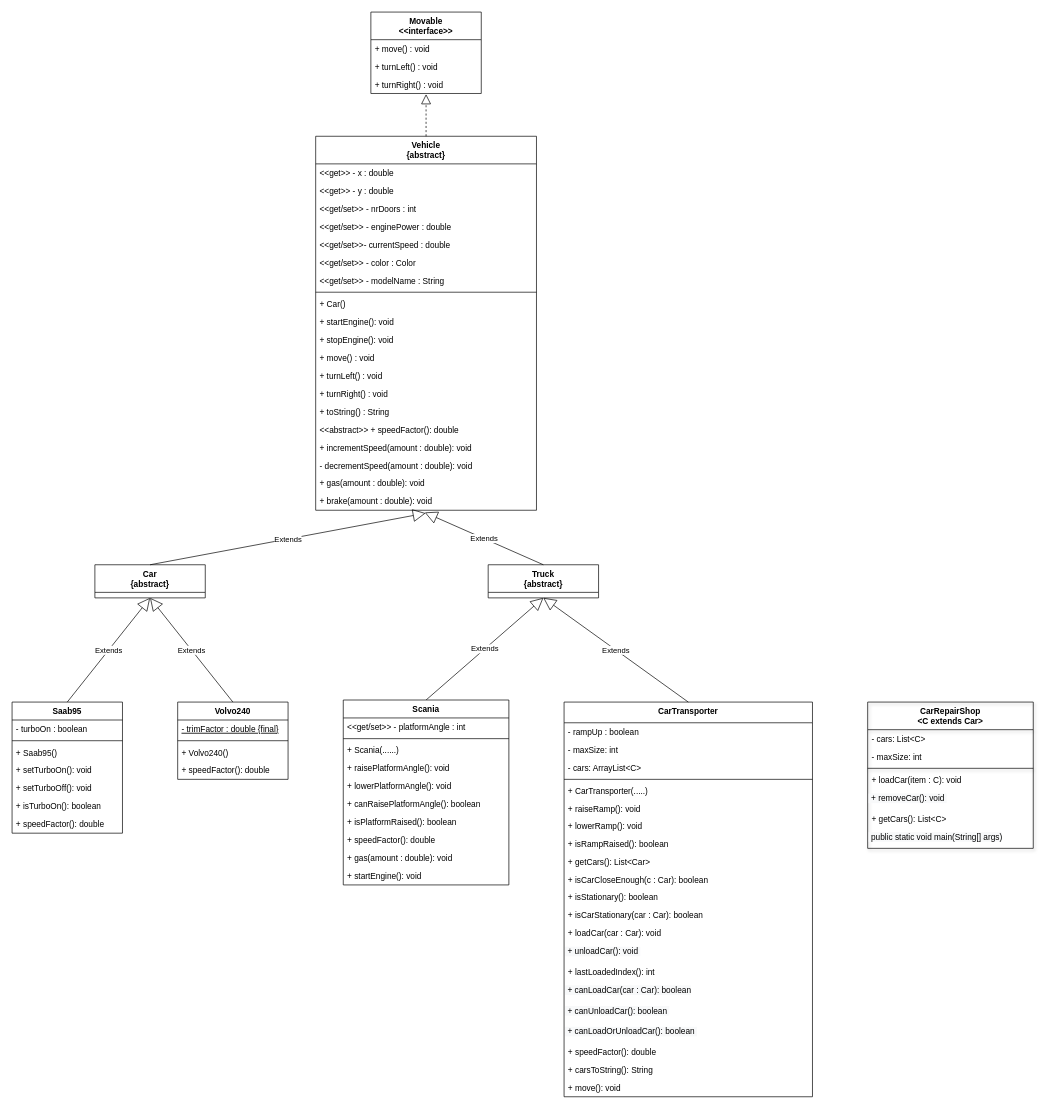
oopd-gu-chalmers/lab2-old keeps this draw.io diagram as Diagrams.2.1.drawio. Above is the earlier version. Source tidied: cells renumbered, new cells numbered last; positions are measured from the earlier drawing's top-left corner, leaving out a move shared by most shapes. Both pictures are drawn from the tidied source at 69%, with x=0, y=0 at pixel (12, 12).
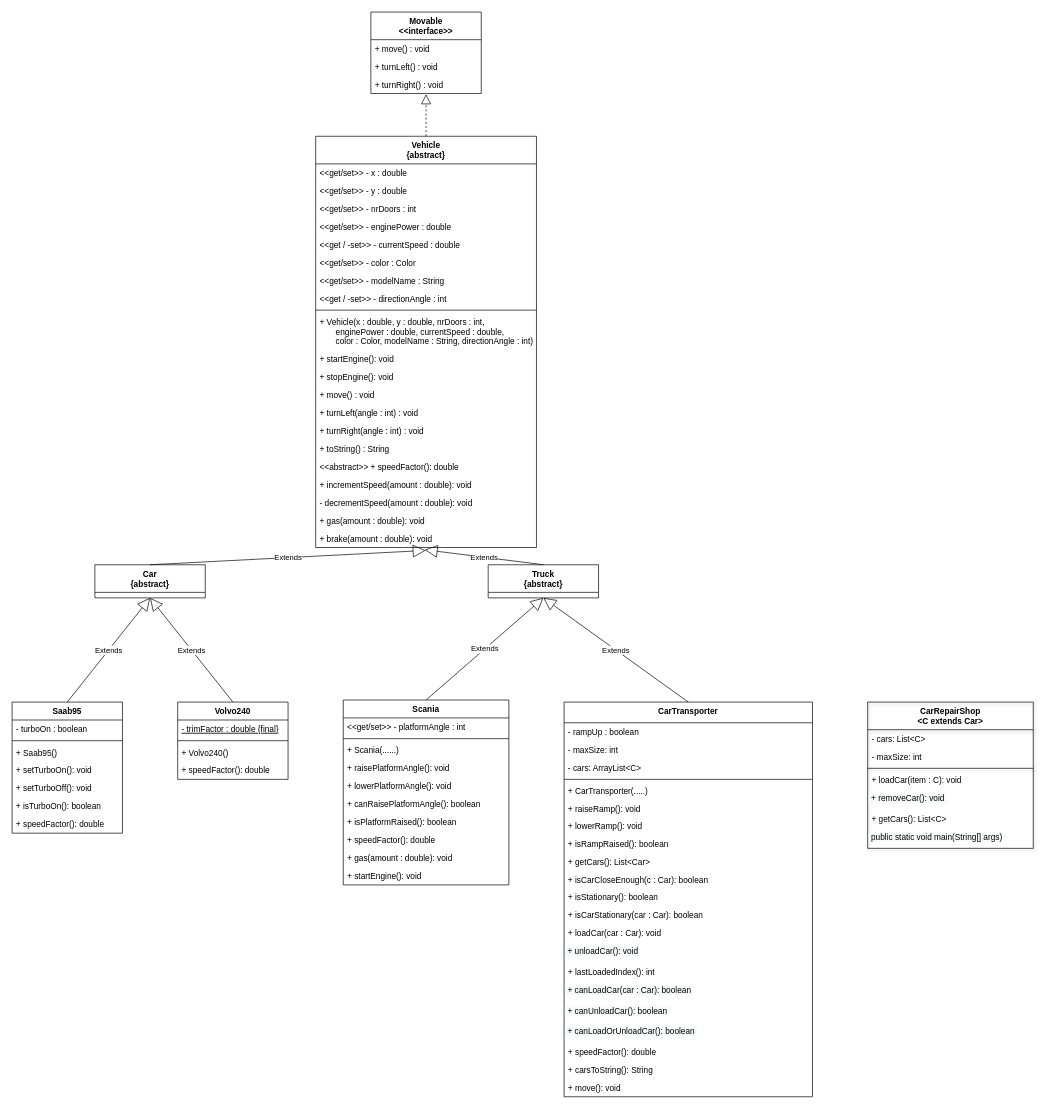
After the change.

The edit, as a diff of the source:
```diff
@@
     <mxCell id="28" value="Vehicle&#10;{abstract}&#10;" style="swimlane;fontStyle=1;align=center;verticalAlign=top;horizontal=1;startSize=40;" parent="1" vertex="1">
-      <mxGeometry x="440" y="180" width="320" height="542" as="geometry" />
+      <mxGeometry x="440" y="180" width="320" height="596" as="geometry" />
     </mxCell>
-    <mxCell id="29" value="&lt;&lt;get&gt;&gt; - x : double" style="text;strokeColor=none;fillColor=none;align=left;verticalAlign=top;spacingLeft=4;spacingRight=4;overflow=hidden;" parent="28" vertex="1">
+    <mxCell id="29" value="&lt;&lt;get/set&gt;&gt; - x : double" style="text;strokeColor=none;fillColor=none;align=left;verticalAlign=top;spacingLeft=4;spacingRight=4;overflow=hidden;" parent="28" vertex="1">
       <mxGeometry y="40" width="320" height="26" as="geometry" />
     </mxCell>
-    <mxCell id="30" value="&lt;&lt;get&gt;&gt; - y : double" style="text;strokeColor=none;fillColor=none;align=left;verticalAlign=top;spacingLeft=4;spacingRight=4;overflow=hidden;" parent="28" vertex="1">
+    <mxCell id="30" value="&lt;&lt;get/set&gt;&gt; - y : double" style="text;strokeColor=none;fillColor=none;align=left;verticalAlign=top;spacingLeft=4;spacingRight=4;overflow=hidden;" parent="28" vertex="1">
       <mxGeometry y="66" width="320" height="26" as="geometry" />
     </mxCell>
@@
-    <mxCell id="33" value="&lt;&lt;get/set&gt;&gt;- currentSpeed : double" style="text;strokeColor=none;fillColor=none;align=left;verticalAlign=top;spacingLeft=4;spacingRight=4;overflow=hidden;" parent="28" vertex="1">
+    <mxCell id="33" value="&lt;&lt;get / -set&gt;&gt; - currentSpeed : double" style="text;strokeColor=none;fillColor=none;align=left;verticalAlign=top;spacingLeft=4;spacingRight=4;overflow=hidden;" parent="28" vertex="1">
       <mxGeometry y="144" width="320" height="26" as="geometry" />
     </mxCell>
@@
+    <mxCell id="90" value="&lt;&lt;get / -set&gt;&gt; - directionAngle : int" style="text;strokeColor=none;fillColor=none;align=left;verticalAlign=top;spacingLeft=4;spacingRight=4;overflow=hidden;" parent="28" vertex="1">
+      <mxGeometry y="222" width="320" height="26" as="geometry" />
+    </mxCell>
     <mxCell id="36" style="line;strokeWidth=1;fillColor=none;align=left;verticalAlign=middle;spacingTop=-1;spacingLeft=3;spacingRight=3;labelPosition=right;" parent="28" vertex="1">
-      <mxGeometry y="222" width="320" height="8" as="geometry" />
+      <mxGeometry y="248" width="320" height="8" as="geometry" />
     </mxCell>
-    <mxCell id="37" value="+ Car()" style="text;strokeColor=none;fillColor=none;align=left;verticalAlign=top;spacingLeft=4;spacingRight=4;overflow=hidden;" parent="28" vertex="1">
-      <mxGeometry y="230" width="320" height="26" as="geometry" />
+    <mxCell id="37" value="+ Vehicle(x : double, y : double, nrDoors : int, &#10;       enginePower : double, currentSpeed : double,&#10;       color : Color, modelName : String, directionAngle : int)" style="text;strokeColor=none;fillColor=none;align=left;verticalAlign=top;spacingLeft=4;spacingRight=4;overflow=hidden;" parent="28" vertex="1">
+      <mxGeometry y="256" width="320" height="54" as="geometry" />
     </mxCell>
     <mxCell id="38" value="+ startEngine(): void" style="text;strokeColor=none;fillColor=none;align=left;verticalAlign=top;spacingLeft=4;spacingRight=4;overflow=hidden;" parent="28" vertex="1">
-      <mxGeometry y="256" width="320" height="26" as="geometry" />
+      <mxGeometry y="310" width="320" height="26" as="geometry" />
     </mxCell>
     <mxCell id="39" value="+ stopEngine(): void" style="text;strokeColor=none;fillColor=none;align=left;verticalAlign=top;spacingLeft=4;spacingRight=4;overflow=hidden;" parent="28" vertex="1">
-      <mxGeometry y="282" width="320" height="26" as="geometry" />
+      <mxGeometry y="336" width="320" height="26" as="geometry" />
     </mxCell>
     <mxCell id="40" value="+ move() : void" style="text;strokeColor=none;fillColor=none;align=left;verticalAlign=top;spacingLeft=4;spacingRight=4;overflow=hidden;" parent="28" vertex="1">
-      <mxGeometry y="308" width="320" height="26" as="geometry" />
+      <mxGeometry y="362" width="320" height="26" as="geometry" />
     </mxCell>
-    <mxCell id="41" value="+ turnLeft() : void" style="text;strokeColor=none;fillColor=none;align=left;verticalAlign=top;spacingLeft=4;spacingRight=4;overflow=hidden;" parent="28" vertex="1">
-      <mxGeometry y="334" width="320" height="26" as="geometry" />
+    <mxCell id="41" value="+ turnLeft(angle : int) : void" style="text;strokeColor=none;fillColor=none;align=left;verticalAlign=top;spacingLeft=4;spacingRight=4;overflow=hidden;" parent="28" vertex="1">
+      <mxGeometry y="388" width="320" height="26" as="geometry" />
     </mxCell>
-    <mxCell id="42" value="+ turnRight() : void" style="text;strokeColor=none;fillColor=none;align=left;verticalAlign=top;spacingLeft=4;spacingRight=4;overflow=hidden;" parent="28" vertex="1">
-      <mxGeometry y="360" width="320" height="26" as="geometry" />
+    <mxCell id="42" value="+ turnRight(angle : int) : void" style="text;strokeColor=none;fillColor=none;align=left;verticalAlign=top;spacingLeft=4;spacingRight=4;overflow=hidden;" parent="28" vertex="1">
+      <mxGeometry y="414" width="320" height="26" as="geometry" />
     </mxCell>
     <mxCell id="43" value="+ toString() : String" style="text;strokeColor=none;fillColor=none;align=left;verticalAlign=top;spacingLeft=4;spacingRight=4;overflow=hidden;" parent="28" vertex="1">
-      <mxGeometry y="386" width="320" height="26" as="geometry" />
+      <mxGeometry y="440" width="320" height="26" as="geometry" />
     </mxCell>
     <mxCell id="44" value="&lt;&lt;abstract&gt;&gt; + speedFactor(): double" style="text;strokeColor=none;fillColor=none;align=left;verticalAlign=top;spacingLeft=4;spacingRight=4;overflow=hidden;" parent="28" vertex="1">
-      <mxGeometry y="412" width="320" height="26" as="geometry" />
+      <mxGeometry y="466" width="320" height="26" as="geometry" />
     </mxCell>
     <mxCell id="45" value="+ incrementSpeed(amount : double): void" style="text;strokeColor=none;fillColor=none;align=left;verticalAlign=top;spacingLeft=4;spacingRight=4;overflow=hidden;" parent="28" vertex="1">
-      <mxGeometry y="438" width="320" height="26" as="geometry" />
+      <mxGeometry y="492" width="320" height="26" as="geometry" />
     </mxCell>
     <mxCell id="46" value="- decrementSpeed(amount : double): void" style="text;strokeColor=none;fillColor=none;align=left;verticalAlign=top;spacingLeft=4;spacingRight=4;overflow=hidden;" parent="28" vertex="1">
-      <mxGeometry y="464" width="320" height="26" as="geometry" />
+      <mxGeometry y="518" width="320" height="26" as="geometry" />
     </mxCell>
     <mxCell id="47" value="+ gas(amount : double): void" style="text;strokeColor=none;fillColor=none;align=left;verticalAlign=top;spacingLeft=4;spacingRight=4;overflow=hidden;" parent="28" vertex="1">
-      <mxGeometry y="490" width="320" height="26" as="geometry" />
+      <mxGeometry y="544" width="320" height="26" as="geometry" />
     </mxCell>
     <mxCell id="48" value="+ brake(amount : double): void" style="text;strokeColor=none;fillColor=none;align=left;verticalAlign=top;spacingLeft=4;spacingRight=4;overflow=hidden;points=[[0,0.5],[1,0.5]];portConstraint=eastwest;" parent="28" vertex="1">
-      <mxGeometry y="516" width="320" height="26" as="geometry" />
+      <mxGeometry y="570" width="320" height="26" as="geometry" />
     </mxCell>
```
